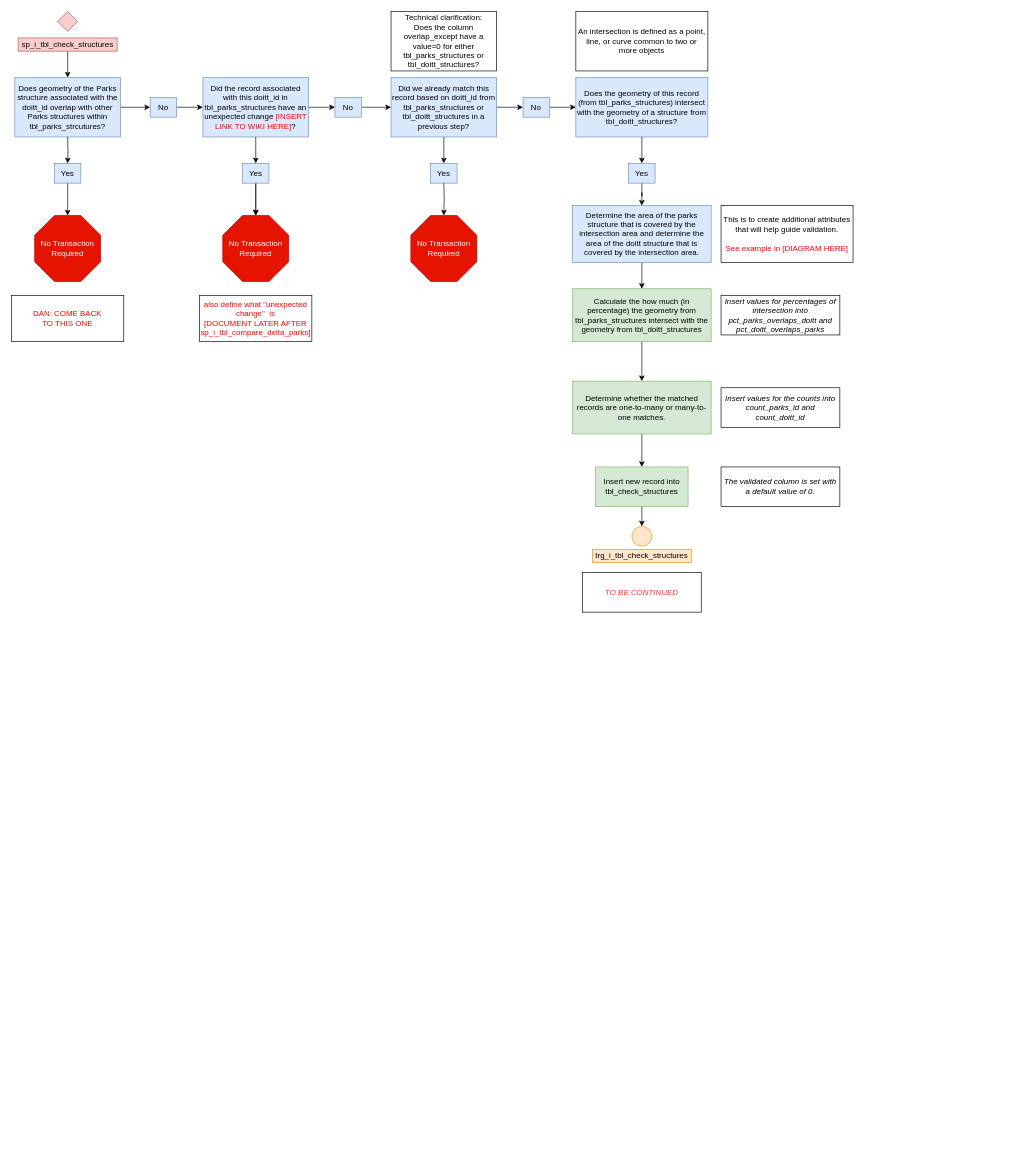
This is sp_i_tbl_check_structures.drawio from NYCParks-data/Structures, a draw.io file, before an edit. Source tidied: cells renumbered, new cells numbered last; positions are measured from the earlier drawing's top-left corner, leaving out a move shared by most shapes. Both pictures are drawn from the tidied source at 66%, with x=0, y=0 at pixel (11, 11).
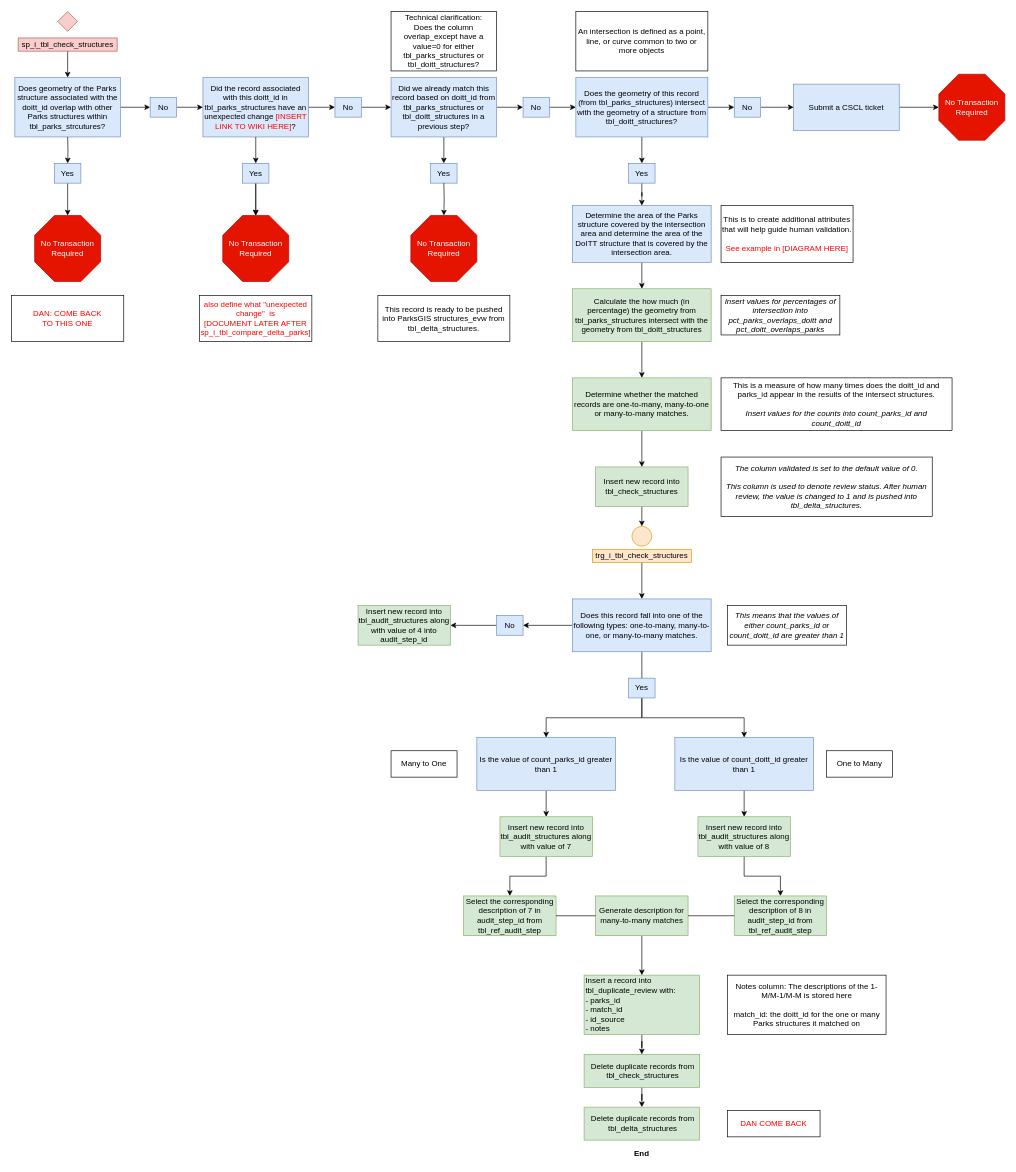
After the change.

Unchanged cells that the change refers to:
```xml
<mxCell id="28" value="Does the geometry of this record (from tbl_parks_structures) intersect with the geometry of a structure from tbl_doitt_structures?" style="rounded=0;whiteSpace=wrap;html=1;fillColor=#dae8fc;strokeColor=#6c8ebf;fontSize=12;" parent="1" vertex="1">
  <mxGeometry x="855" y="100" width="200" height="90" as="geometry" />
</mxCell>
<mxCell id="50" value="trg_i_tbl_check_structures" style="rounded=0;whiteSpace=wrap;html=1;fillColor=#ffe6cc;strokeColor=#d79b00;fontSize=12;" parent="1" vertex="1">
  <mxGeometry x="880" y="815" width="150" height="20" as="geometry" />
</mxCell>
```

Diff of the diagram source:
```diff
@@
+    <mxCell id="53" style="edgeStyle=orthogonalEdgeStyle;rounded=0;jettySize=auto;html=1;" parent="1" edge="1" source="28" target="70">
+      <mxGeometry relative="1" as="geometry" />
+    </mxCell>
@@
-    <mxCell id="43" value="&lt;div&gt;Determine the area of the parks structure that is covered by the intersection area and determine the area of the doitt structure that is covered by the intersection area.&lt;/div&gt;" style="rounded=0;whiteSpace=wrap;html=1;fillColor=#dae8fc;strokeColor=#6c8ebf;" parent="1" vertex="1">
+    <mxCell id="43" value="&lt;div&gt;Determine the area of the Parks structure covered by the intersection area and determine the area of the DoITT structure that is covered by the intersection area.&lt;/div&gt;" style="rounded=0;whiteSpace=wrap;html=1;fillColor=#dae8fc;strokeColor=#6c8ebf;" parent="1" vertex="1">
       <mxGeometry x="850" y="294" width="210" height="86" as="geometry" />
     </mxCell>
-    <mxCell id="44" value="&lt;div&gt;This is to create additional attributes that will help guide validation.&lt;/div&gt;&lt;div&gt;&lt;br&gt;&lt;/div&gt;&lt;div&gt;&lt;font color=&quot;#FF0000&quot;&gt;See example in [DIAGRAM HERE]&lt;/font&gt;&lt;br&gt;&lt;/div&gt;" style="rounded=0;whiteSpace=wrap;html=1;" parent="1" vertex="1">
+    <mxCell id="44" value="&lt;div&gt;This is to create additional attributes that will help guide human validation.&lt;/div&gt;&lt;div&gt;&lt;br&gt;&lt;/div&gt;&lt;div&gt;&lt;font color=&quot;#FF0000&quot;&gt;See example in [DIAGRAM HERE]&lt;/font&gt;&lt;br&gt;&lt;/div&gt;" style="rounded=0;whiteSpace=wrap;html=1;" parent="1" vertex="1">
       <mxGeometry x="1075" y="294" width="200" height="86" as="geometry" />
     </mxCell>
@@
-    <mxCell id="47" value="&lt;div&gt;Determine whether the matched records are one-to-many or many-to-one matches.&lt;/div&gt;" style="rounded=0;whiteSpace=wrap;html=1;fillColor=#d5e8d4;strokeColor=#82b366;" parent="1" vertex="1">
-      <mxGeometry x="850" y="560" width="210" height="80" as="geometry" />
+    <mxCell id="47" value="&lt;div&gt;Determine whether the matched records are one-to-many, many-to-one or many-to-many matches.&lt;/div&gt;" style="rounded=0;whiteSpace=wrap;html=1;fillColor=#d5e8d4;strokeColor=#82b366;" parent="1" vertex="1">
+      <mxGeometry x="850" y="555" width="210" height="80" as="geometry" />
     </mxCell>
-    <mxCell id="48" value="&lt;i&gt;The validated column is set with a default value of 0.&lt;/i&gt;" style="rounded=0;whiteSpace=wrap;html=1;" parent="1" vertex="1">
-      <mxGeometry x="1075" y="690" width="180" height="60" as="geometry" />
+    <mxCell id="48" value="&lt;div&gt;&lt;i&gt;The column validated is set to the default value of 0.&lt;/i&gt;&lt;/div&gt;&lt;div&gt;&lt;i&gt;&lt;br&gt;&lt;/i&gt;&lt;/div&gt;&lt;div&gt;&lt;i&gt;This column is used to denote review status. After human review, the value is changed to 1 and is pushed into tbl_delta_structures.&lt;br&gt;&lt;/i&gt;&lt;/div&gt;" style="rounded=0;whiteSpace=wrap;html=1;" parent="1" vertex="1">
+      <mxGeometry x="1075" y="675" width="320" height="90" as="geometry" />
     </mxCell>
-    <mxCell id="49" value="&lt;i&gt;Insert values for the counts into count_parks_id and count_doitt_id&lt;/i&gt;" style="rounded=0;whiteSpace=wrap;html=1;" parent="1" vertex="1">
-      <mxGeometry x="1075" y="570" width="180" height="60" as="geometry" />
+    <mxCell id="49" value="This is a measure of how many times does the doitt_id and parks_id appear in the results of the intersect structures.&lt;i&gt;&lt;br&gt;&lt;br&gt;Insert values for the counts into count_parks_id and count_doitt_id&lt;/i&gt;" style="rounded=0;whiteSpace=wrap;html=1;" parent="1" vertex="1">
+      <mxGeometry x="1075" y="555" width="350" height="80" as="geometry" />
     </mxCell>
+    <mxCell id="54" style="edgeStyle=orthogonalEdgeStyle;rounded=0;jettySize=auto;html=1;" parent="1" edge="1" source="50" target="57">
+      <mxGeometry relative="1" as="geometry" />
+    </mxCell>
@@
-    <mxCell id="52" value="&lt;i&gt;TO BE CONTINUED&lt;/i&gt;" style="rounded=0;whiteSpace=wrap;html=1;fontColor=#FF3333;" parent="1" vertex="1">
-      <mxGeometry x="865" y="850" width="180" height="60" as="geometry" />
-    </mxCell>
+    <mxCell id="55" style="edgeStyle=orthogonalEdgeStyle;rounded=0;jettySize=auto;html=1;" parent="1" edge="1" source="57">
+      <mxGeometry relative="1" as="geometry">
+        <mxPoint x="955" y="1020" as="targetPoint" />
+      </mxGeometry>
+    </mxCell>
+    <mxCell id="56" style="edgeStyle=orthogonalEdgeStyle;rounded=0;jettySize=auto;html=1;" parent="1" edge="1" source="57" target="74">
+      <mxGeometry relative="1" as="geometry" />
+    </mxCell>
+    <mxCell id="57" value="Does this record fall into one of the following types: one-to-many, many-to-one, or many-to-many matches." style="rounded=0;whiteSpace=wrap;html=1;fillColor=#dae8fc;strokeColor=#6c8ebf;" parent="1" vertex="1">
+      <mxGeometry x="850" y="890" width="210" height="80" as="geometry" />
+    </mxCell>
+    <mxCell id="58" value="&lt;i&gt;This means that the values of either count_parks_id or count_doitt_id are greater than 1&lt;/i&gt;" style="rounded=0;whiteSpace=wrap;html=1;" parent="1" vertex="1">
+      <mxGeometry x="1085" y="900" width="180" height="60" as="geometry" />
+    </mxCell>
+    <mxCell id="59" style="edgeStyle=orthogonalEdgeStyle;rounded=0;jettySize=auto;html=1;exitX=0.5;exitY=1;exitDx=0;exitDy=0;entryX=0.5;entryY=0;entryDx=0;entryDy=0;" parent="1" edge="1" source="60" target="65">
+      <mxGeometry relative="1" as="geometry" />
+    </mxCell>
+    <mxCell id="60" value="Is the value of count_parks_id greater than 1" style="rounded=0;whiteSpace=wrap;html=1;fillColor=#dae8fc;strokeColor=#6c8ebf;" parent="1" vertex="1">
+      <mxGeometry x="705" y="1100" width="210" height="80" as="geometry" />
+    </mxCell>
+    <mxCell id="61" style="edgeStyle=orthogonalEdgeStyle;rounded=0;jettySize=auto;html=1;exitX=0.5;exitY=1;exitDx=0;exitDy=0;entryX=0.5;entryY=0;entryDx=0;entryDy=0;" parent="1" edge="1" source="62" target="67">
+      <mxGeometry relative="1" as="geometry" />
+    </mxCell>
+    <mxCell id="62" value="Is the value of count_doitt_id greater than 1" style="rounded=0;whiteSpace=wrap;html=1;fillColor=#dae8fc;strokeColor=#6c8ebf;" parent="1" vertex="1">
+      <mxGeometry x="1005" y="1100" width="210" height="80" as="geometry" />
+    </mxCell>
+    <mxCell id="63" value="&lt;div&gt;Insert new record into tbl_audit_structures along with value of 4 into audit_step_id&lt;br&gt;&lt;/div&gt;" style="rounded=0;whiteSpace=wrap;html=1;fillColor=#d5e8d4;strokeColor=#82b366;" parent="1" vertex="1">
+      <mxGeometry x="525" y="900" width="140" height="60" as="geometry" />
+    </mxCell>
+    <mxCell id="64" style="edgeStyle=orthogonalEdgeStyle;rounded=0;jettySize=auto;html=1;" parent="1" edge="1" source="65" target="83">
+      <mxGeometry relative="1" as="geometry" />
+    </mxCell>
+    <mxCell id="65" value="&lt;div&gt;Insert new record into tbl_audit_structures along with value of 7&lt;br&gt;&lt;/div&gt;" style="rounded=0;whiteSpace=wrap;html=1;fillColor=#d5e8d4;strokeColor=#82b366;" parent="1" vertex="1">
+      <mxGeometry x="740" y="1220" width="140" height="60" as="geometry" />
+    </mxCell>
+    <mxCell id="66" style="edgeStyle=orthogonalEdgeStyle;rounded=0;jettySize=auto;html=1;" parent="1" edge="1" source="67" target="86">
+      <mxGeometry relative="1" as="geometry" />
+    </mxCell>
+    <mxCell id="67" value="&lt;div&gt;Insert new record into tbl_audit_structures along with value of 8&lt;br&gt;&lt;/div&gt;" style="rounded=0;whiteSpace=wrap;html=1;fillColor=#d5e8d4;strokeColor=#82b366;" parent="1" vertex="1">
+      <mxGeometry x="1040" y="1220" width="140" height="60" as="geometry" />
+    </mxCell>
+    <mxCell id="68" value="This record is ready to be pushed into ParksGIS structures_evw from tbl_delta_structures." style="rounded=0;whiteSpace=wrap;html=1;" parent="1" vertex="1">
+      <mxGeometry x="555" y="430" width="200" height="70" as="geometry" />
+    </mxCell>
+    <mxCell id="69" style="edgeStyle=orthogonalEdgeStyle;rounded=0;jettySize=auto;html=1;" parent="1" edge="1" source="70" target="72">
+      <mxGeometry relative="1" as="geometry" />
+    </mxCell>
+    <mxCell id="70" value="No" style="rounded=0;whiteSpace=wrap;html=1;fillColor=#dae8fc;strokeColor=#6c8ebf;fontSize=12;" parent="1" vertex="1">
+      <mxGeometry x="1095" y="130" width="40" height="30" as="geometry" />
+    </mxCell>
+    <mxCell id="71" style="edgeStyle=orthogonalEdgeStyle;rounded=0;jettySize=auto;html=1;" parent="1" edge="1" source="72" target="94">
+      <mxGeometry relative="1" as="geometry" />
+    </mxCell>
+    <mxCell id="72" value="Submit a CSCL ticket" style="rounded=0;whiteSpace=wrap;html=1;fillColor=#dae8fc;strokeColor=#6c8ebf;fontSize=12;" parent="1" vertex="1">
+      <mxGeometry x="1185" y="110" width="160" height="70" as="geometry" />
+    </mxCell>
+    <mxCell id="73" style="edgeStyle=orthogonalEdgeStyle;rounded=0;jettySize=auto;html=1;" parent="1" edge="1" source="74" target="63">
+      <mxGeometry relative="1" as="geometry" />
+    </mxCell>
+    <mxCell id="74" value="No" style="rounded=0;whiteSpace=wrap;html=1;fillColor=#dae8fc;strokeColor=#6c8ebf;fontSize=12;" parent="1" vertex="1">
+      <mxGeometry x="735" y="915" width="40" height="30" as="geometry" />
+    </mxCell>
+    <mxCell id="75" style="edgeStyle=orthogonalEdgeStyle;rounded=0;jettySize=auto;html=1;entryX=0.5;entryY=0;entryDx=0;entryDy=0;exitX=0.5;exitY=1;exitDx=0;exitDy=0;" parent="1" edge="1" source="77" target="60">
+      <mxGeometry relative="1" as="geometry" />
+    </mxCell>
+    <mxCell id="76" style="edgeStyle=orthogonalEdgeStyle;rounded=0;jettySize=auto;html=1;entryX=0.5;entryY=0;entryDx=0;entryDy=0;exitX=0.5;exitY=1;exitDx=0;exitDy=0;" parent="1" edge="1" source="77" target="62">
+      <mxGeometry relative="1" as="geometry" />
+    </mxCell>
+    <mxCell id="77" value="Yes" style="rounded=0;whiteSpace=wrap;html=1;fillColor=#dae8fc;strokeColor=#6c8ebf;fontSize=12;" parent="1" vertex="1">
+      <mxGeometry x="935" y="1010" width="40" height="30" as="geometry" />
+    </mxCell>
+    <mxCell id="78" value="One to Many" style="rounded=0;whiteSpace=wrap;html=1;" parent="1" vertex="1">
+      <mxGeometry x="1235" y="1120" width="100" height="40" as="geometry" />
+    </mxCell>
+    <mxCell id="79" value="Many to One" style="rounded=0;whiteSpace=wrap;html=1;" parent="1" vertex="1">
+      <mxGeometry x="575" y="1120" width="100" height="40" as="geometry" />
+    </mxCell>
+    <mxCell id="80" style="edgeStyle=orthogonalEdgeStyle;rounded=0;jettySize=auto;html=1;entryX=0.5;entryY=0;entryDx=0;entryDy=0;" parent="1" edge="1" source="81" target="90">
+      <mxGeometry relative="1" as="geometry" />
+    </mxCell>
+    <mxCell id="81" value="Insert a record into tbl_duplicate_review with:&lt;br&gt;&lt;div&gt;- parks_id&lt;/div&gt;&lt;div&gt;- match_id&lt;/div&gt;&lt;div&gt;- id_source&lt;/div&gt;&lt;div&gt;- notes&lt;br&gt;&lt;/div&gt;" style="rounded=0;whiteSpace=wrap;html=1;fillColor=#d5e8d4;strokeColor=#82b366;align=left;" parent="1" vertex="1">
+      <mxGeometry x="867.5" y="1460" width="175" height="90" as="geometry" />
+    </mxCell>
+    <mxCell id="82" value="Notes column: The descriptions of the 1-M/M-1/M-M is stored here&lt;br&gt;&lt;br&gt;match_id: the doitt_id for the one or many Parks structures it matched on" style="rounded=0;whiteSpace=wrap;html=1;" parent="1" vertex="1">
+      <mxGeometry x="1085" y="1460" width="240" height="90" as="geometry" />
+    </mxCell>
+    <mxCell id="83" value="Select the corresponding description of 7 in audit_step_id from tbl_ref_audit_step " style="rounded=0;whiteSpace=wrap;html=1;fillColor=#d5e8d4;strokeColor=#82b366;" parent="1" vertex="1">
+      <mxGeometry x="685" y="1340" width="140" height="60" as="geometry" />
+    </mxCell>
+    <mxCell id="84" style="edgeStyle=orthogonalEdgeStyle;rounded=0;jettySize=auto;html=1;" parent="1" edge="1" source="85" target="81">
+      <mxGeometry relative="1" as="geometry" />
+    </mxCell>
+    <mxCell id="85" value="Generate description for many-to-many matches " style="rounded=0;whiteSpace=wrap;html=1;fillColor=#d5e8d4;strokeColor=#82b366;" parent="1" vertex="1">
+      <mxGeometry x="885" y="1340" width="140" height="60" as="geometry" />
+    </mxCell>
+    <mxCell id="86" value="&lt;div&gt;Select the corresponding description of 8 in audit_step_id from tbl_ref_audit_step &lt;/div&gt;" style="rounded=0;whiteSpace=wrap;html=1;fillColor=#d5e8d4;strokeColor=#82b366;" parent="1" vertex="1">
+      <mxGeometry x="1095" y="1340" width="140" height="60" as="geometry" />
+    </mxCell>
+    <mxCell id="87" style="endArrow=none;html=1;entryX=1;entryY=0.5;entryDx=0;entryDy=0;exitX=0;exitY=0.5;exitDx=0;exitDy=0;" parent="1" edge="1" source="85" target="83">
+      <mxGeometry relative="1" as="geometry" />
+    </mxCell>
+    <mxCell id="88" style="endArrow=none;html=1;entryX=1;entryY=0.5;entryDx=0;entryDy=0;exitX=0;exitY=0.5;exitDx=0;exitDy=0;" parent="1" edge="1" source="86" target="85">
+      <mxGeometry relative="1" as="geometry" />
+    </mxCell>
+    <mxCell id="89" style="edgeStyle=orthogonalEdgeStyle;rounded=0;jettySize=auto;html=1;" parent="1" edge="1" source="90" target="91">
+      <mxGeometry relative="1" as="geometry" />
+    </mxCell>
+    <mxCell id="90" value="&lt;div align=&quot;center&quot;&gt;Delete duplicate records from tbl_check_structures&lt;br&gt;&lt;/div&gt;" style="rounded=0;whiteSpace=wrap;html=1;fillColor=#d5e8d4;strokeColor=#82b366;align=left;" parent="1" vertex="1">
+      <mxGeometry x="867.5" y="1580" width="175" height="50" as="geometry" />
+    </mxCell>
+    <mxCell id="91" value="&lt;div align=&quot;center&quot;&gt;Delete duplicate records from tbl_delta_structures&lt;br&gt;&lt;/div&gt;" style="rounded=0;whiteSpace=wrap;html=1;fillColor=#d5e8d4;strokeColor=#82b366;align=left;" parent="1" vertex="1">
+      <mxGeometry x="867.5" y="1660" width="175" height="50" as="geometry" />
+    </mxCell>
+    <mxCell id="92" value="&lt;font color=&quot;#FF0000&quot;&gt;DAN COME BACK&lt;br&gt;&lt;/font&gt;" style="rounded=0;whiteSpace=wrap;html=1;" parent="1" vertex="1">
+      <mxGeometry x="1085" y="1665" width="140" height="40" as="geometry" />
+    </mxCell>
+    <mxCell id="93" value="End" style="text;html=1;strokeColor=none;fillColor=none;align=center;verticalAlign=middle;whiteSpace=wrap;rounded=0;fontStyle=1;" parent="1" vertex="1">
+      <mxGeometry x="935" y="1720" width="40" height="20" as="geometry" />
+    </mxCell>
+    <mxCell id="94" value="No Transaction Required" style="whiteSpace=wrap;html=1;shape=mxgraph.basic.octagon2;align=center;verticalAlign=middle;dx=15;fillColor=#e51400;strokeColor=#B20000;fontColor=#ffffff;" parent="1" vertex="1">
+      <mxGeometry x="1405" y="95" width="100" height="100" as="geometry" />
+    </mxCell>
```
